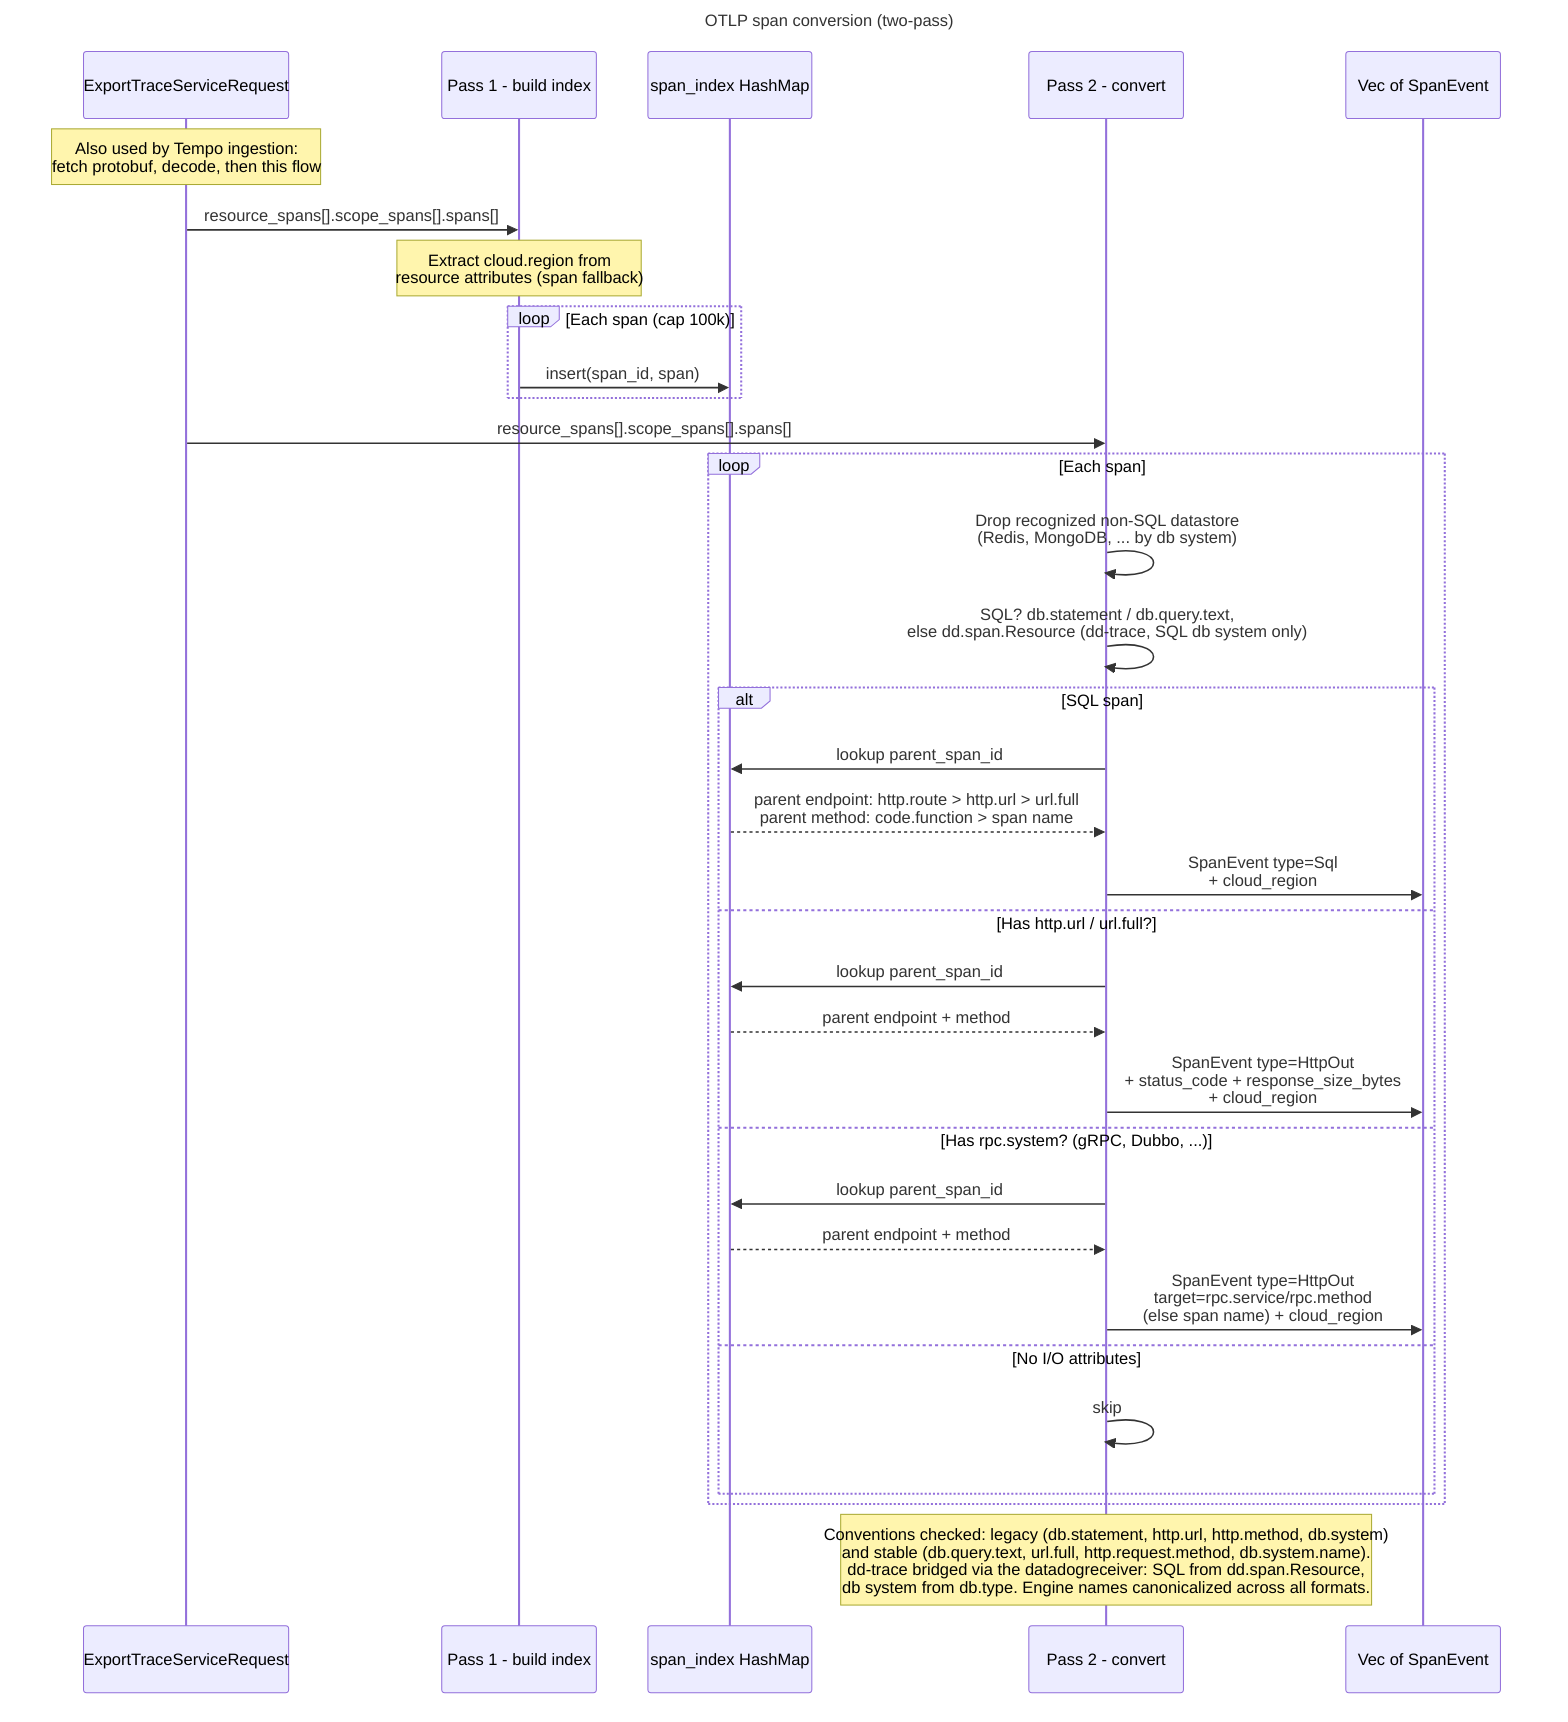
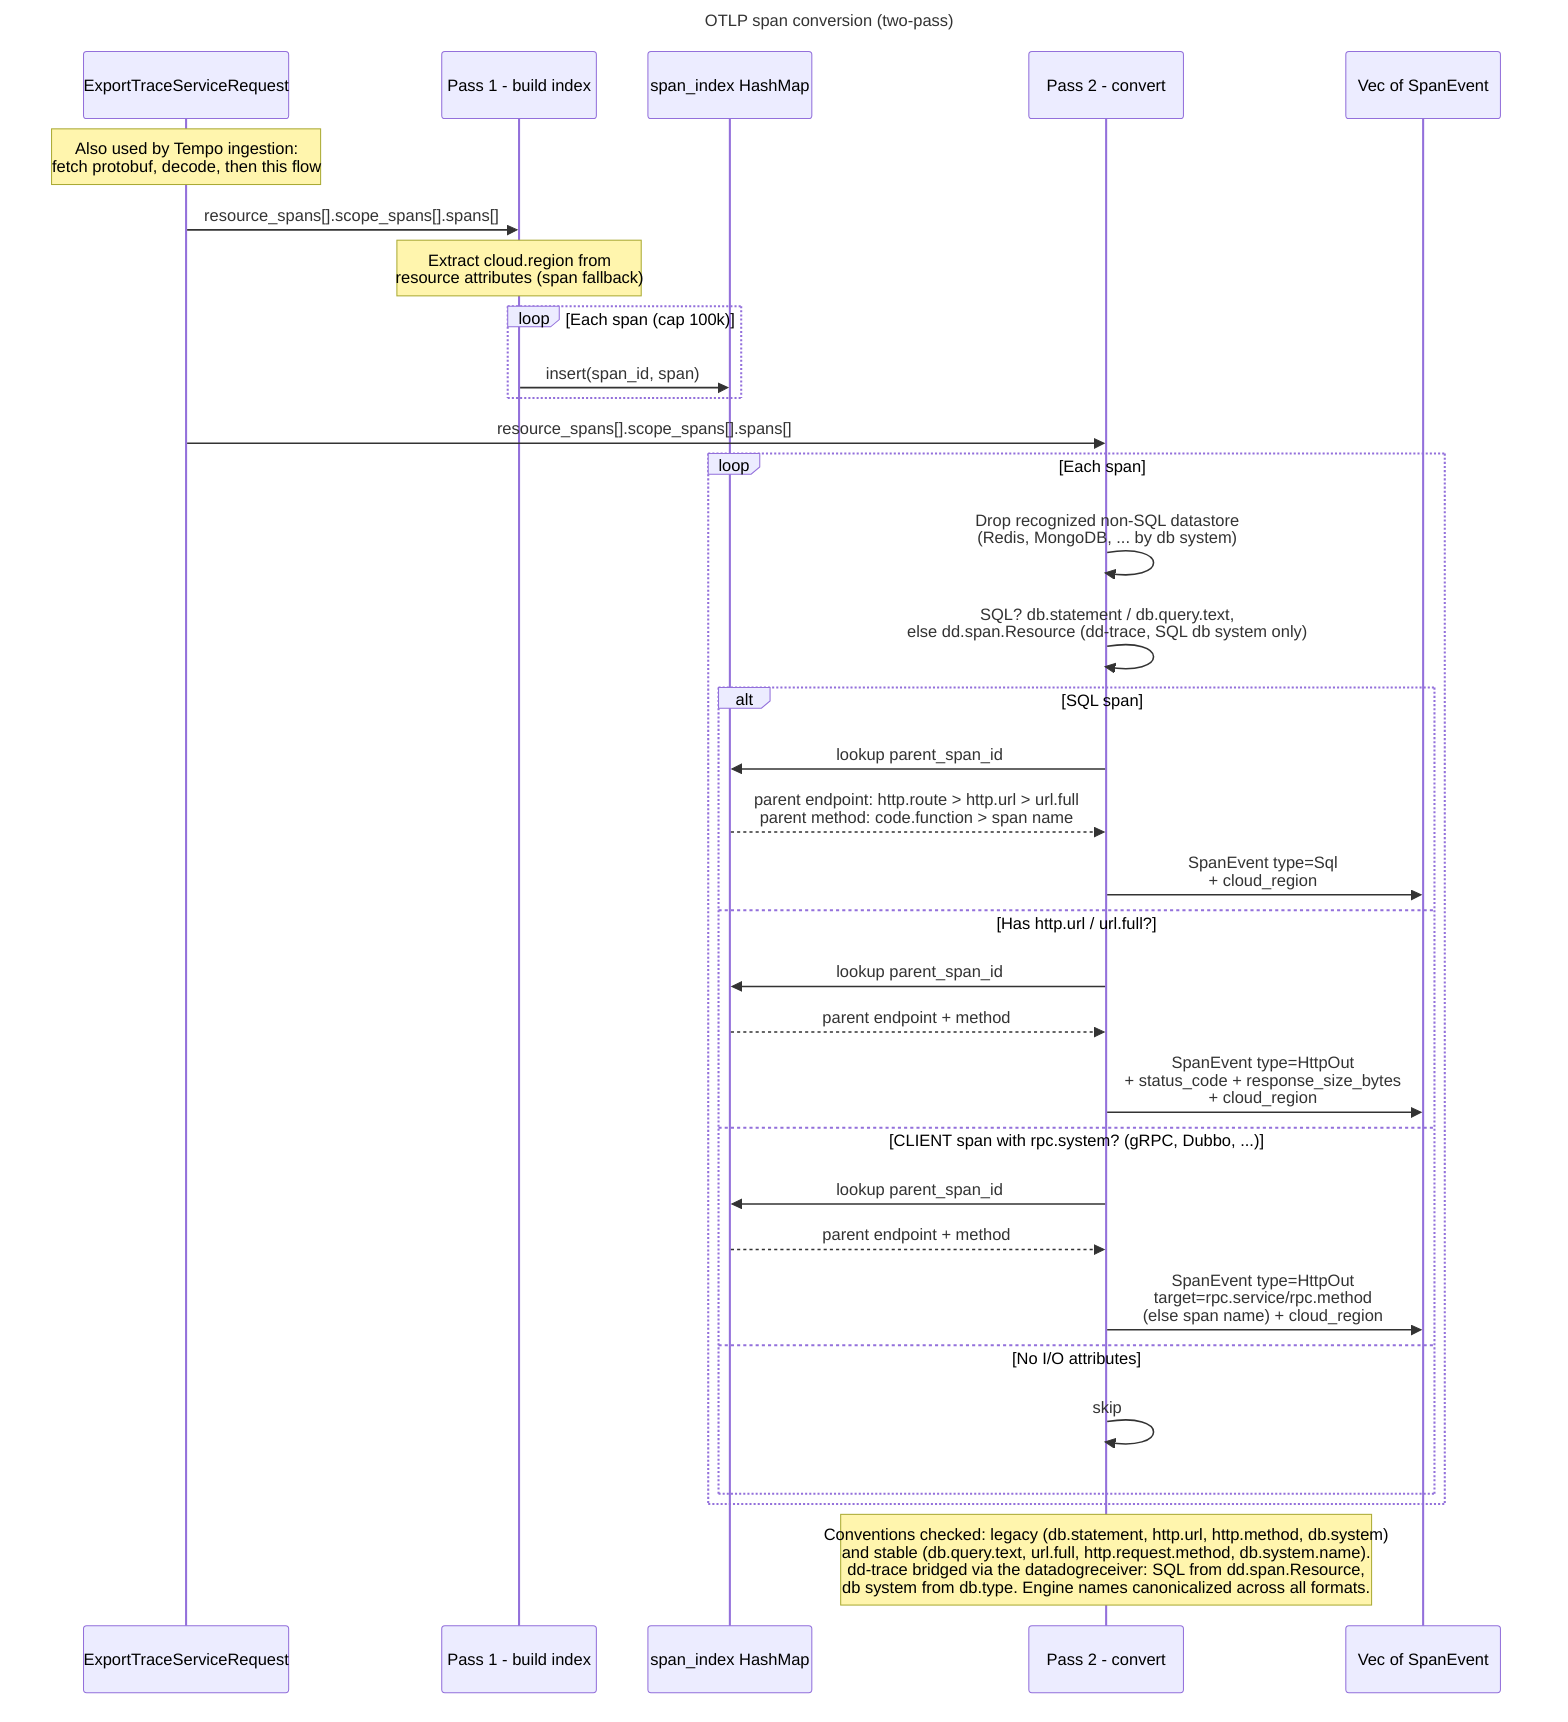
---
title: OTLP span conversion (two-pass)
---
sequenceDiagram
    participant Req as ExportTraceServiceRequest
    participant P1 as Pass 1 - build index
    participant Idx as span_index HashMap
    participant P2 as Pass 2 - convert
    participant Out as Vec of SpanEvent

    Note over Req: Also used by Tempo ingestion:<br/>fetch protobuf, decode, then this flow

    Req->>P1: resource_spans[].scope_spans[].spans[]
    Note over P1: Extract cloud.region from<br/>resource attributes (span fallback)
    loop Each span (cap 100k)
        P1->>Idx: insert(span_id, span)
    end

    Req->>P2: resource_spans[].scope_spans[].spans[]
    loop Each span
        P2->>P2: Drop recognized non-SQL datastore<br/>(Redis, MongoDB, ... by db system)
        P2->>P2: SQL? db.statement / db.query.text,<br/>else dd.span.Resource (dd-trace, SQL db system only)
        alt SQL span
            P2->>Idx: lookup parent_span_id
            Idx-->>P2: parent endpoint: http.route > http.url > url.full<br/>parent method: code.function > span name
            P2->>Out: SpanEvent type=Sql<br/>+ cloud_region
        else Has http.url / url.full?
            P2->>Idx: lookup parent_span_id
            Idx-->>P2: parent endpoint + method
            P2->>Out: SpanEvent type=HttpOut<br/>+ status_code + response_size_bytes<br/>+ cloud_region
-         else Has rpc.system? (gRPC, Dubbo, ...)
+         else CLIENT span with rpc.system? (gRPC, Dubbo, ...)
            P2->>Idx: lookup parent_span_id
            Idx-->>P2: parent endpoint + method
            P2->>Out: SpanEvent type=HttpOut<br/>target=rpc.service/rpc.method<br/>(else span name) + cloud_region
        else No I/O attributes
            P2->>P2: skip
        end
    end

    Note over P2: Conventions checked: legacy (db.statement, http.url, http.method, db.system)<br/>and stable (db.query.text, url.full, http.request.method, db.system.name).<br/>dd-trace bridged via the datadogreceiver: SQL from dd.span.Resource,<br/>db system from db.type. Engine names canonicalized across all formats.
